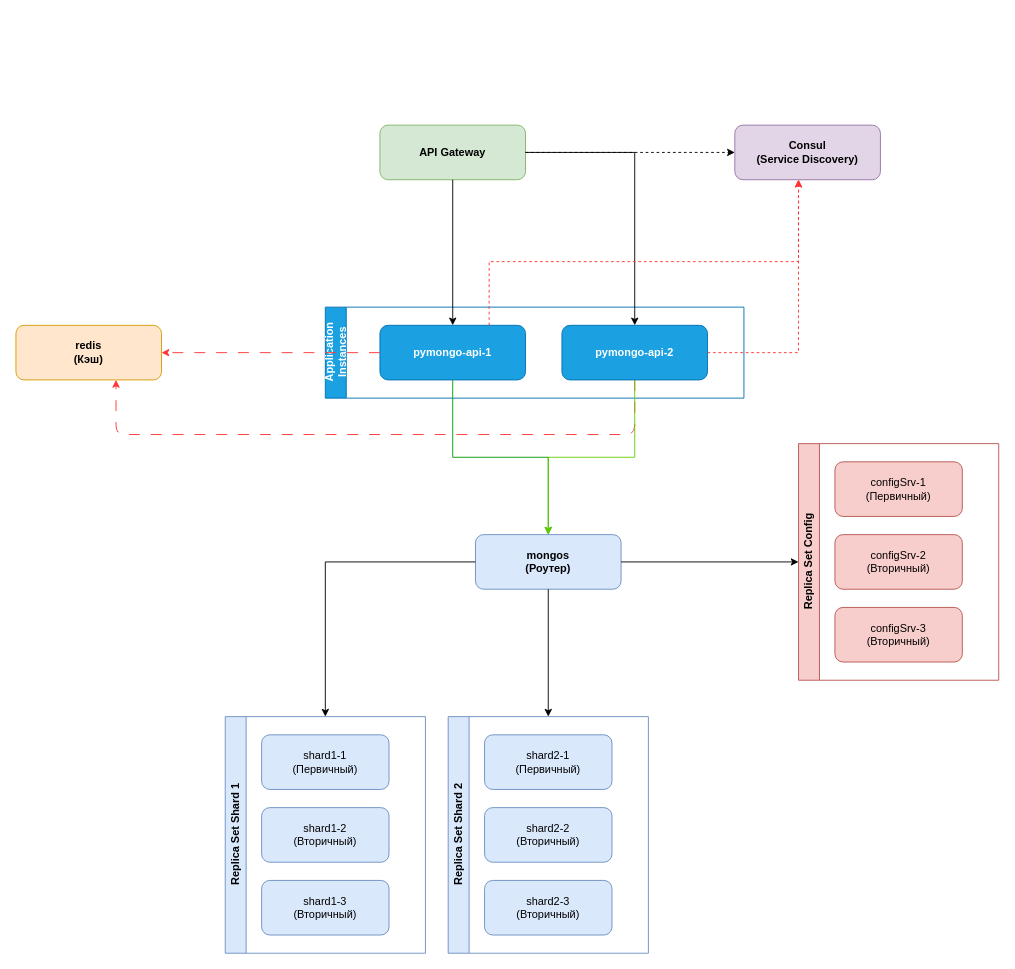
Above: page "4. Gateway & Consul" (4 of 5) of diagrams/task1.drawio in akrasnikov-practicum-yandex/architecture-black_friday (draw.io), before the change. Source tidied: cells renumbered, new cells numbered last; positions are measured from the earlier drawing's top-left corner, leaving out a move shared by most shapes. Both pictures are drawn from the tidied source at 91%, with x=0, y=0 at pixel (15, 125).
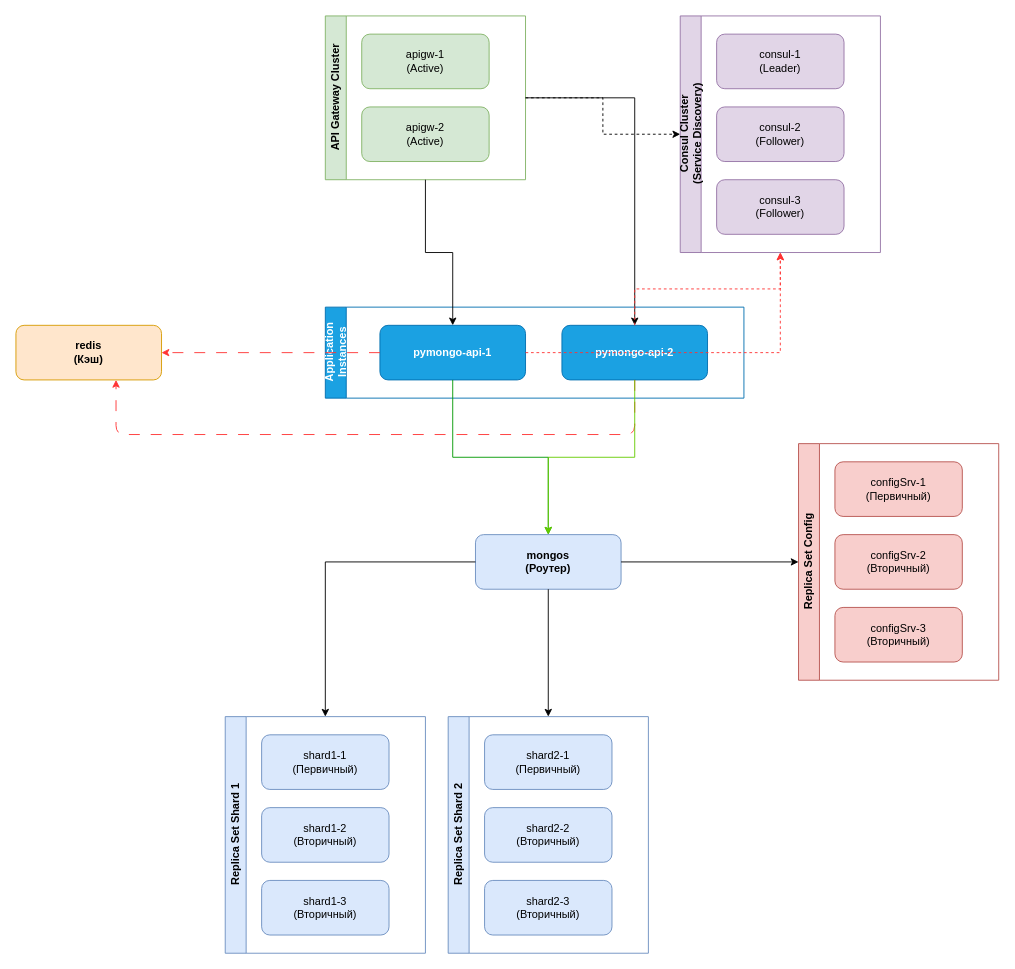
Above is the later version.

Unchanged cells that the change refers to:
```xml
<mxCell id="5" value="pymongo-api-1" style="rounded=1;whiteSpace=wrap;html=1;fillColor=#1ba1e2;fontColor=#ffffff;strokeColor=#006EAF;fontStyle=1;" parent="4" vertex="1">
  <mxGeometry x="60" y="20" width="160" height="60" as="geometry" />
</mxCell>
<mxCell id="6" value="pymongo-api-2" style="rounded=1;whiteSpace=wrap;html=1;fillColor=#1ba1e2;fontColor=#ffffff;strokeColor=#006EAF;fontStyle=1;" parent="4" vertex="1">
  <mxGeometry x="260" y="20" width="160" height="60" as="geometry" />
</mxCell>
```

Change to the diagram source:
```diff
@@
-    <mxCell id="2" value="API Gateway" style="rounded=1;whiteSpace=wrap;html=1;fillColor=#d5e8d4;strokeColor=#82b366;fontStyle=1;fontColor=#000000;" parent="1" vertex="1">
-      <mxGeometry x="400" width="160" height="60" as="geometry" />
-    </mxCell>
-    <mxCell id="3" value="Consul&lt;br&gt;(Service Discovery)" style="rounded=1;whiteSpace=wrap;html=1;fillColor=#e1d5e7;strokeColor=#9673a6;fontStyle=1;fontColor=#000000;" parent="1" vertex="1">
-      <mxGeometry x="790" width="160" height="60" as="geometry" />
-    </mxCell>
+    <mxCell id="33" value="API Gateway Cluster" style="swimlane;horizontal=0;whiteSpace=wrap;html=1;fillColor=#d5e8d4;strokeColor=#82b366;fontStyle=1;fontColor=#000000;" parent="1" vertex="1">
+      <mxGeometry x="340" y="-120" width="220" height="180" as="geometry" />
+    </mxCell>
+    <mxCell id="34" value="apigw-1&lt;br&gt;(Active)" style="rounded=1;whiteSpace=wrap;html=1;fillColor=#d5e8d4;strokeColor=#82b366;" parent="33" vertex="1">
+      <mxGeometry x="40" y="20" width="140" height="60" as="geometry" />
+    </mxCell>
+    <mxCell id="35" value="apigw-2&lt;br&gt;(Active)" style="rounded=1;whiteSpace=wrap;html=1;fillColor=#d5e8d4;strokeColor=#82b366;" parent="33" vertex="1">
+      <mxGeometry x="40" y="100" width="140" height="60" as="geometry" />
+    </mxCell>
+    <mxCell id="36" value="Consul Cluster&lt;br&gt;(Service Discovery)" style="swimlane;horizontal=0;whiteSpace=wrap;html=1;fillColor=#e1d5e7;strokeColor=#9673a6;fontStyle=1;fontColor=#000000;" parent="1" vertex="1">
+      <mxGeometry x="730" y="-120" width="220" height="260" as="geometry" />
+    </mxCell>
+    <mxCell id="37" value="consul-1&lt;br&gt;(Leader)" style="rounded=1;whiteSpace=wrap;html=1;fillColor=#e1d5e7;strokeColor=#9673a6;" parent="36" vertex="1">
+      <mxGeometry x="40" y="20" width="140" height="60" as="geometry" />
+    </mxCell>
+    <mxCell id="38" value="consul-2&lt;br&gt;(Follower)" style="rounded=1;whiteSpace=wrap;html=1;fillColor=#e1d5e7;strokeColor=#9673a6;" parent="36" vertex="1">
+      <mxGeometry x="40" y="100" width="140" height="60" as="geometry" />
+    </mxCell>
+    <mxCell id="39" value="consul-3&lt;br&gt;(Follower)" style="rounded=1;whiteSpace=wrap;html=1;fillColor=#e1d5e7;strokeColor=#9673a6;" parent="36" vertex="1">
+      <mxGeometry x="40" y="180" width="140" height="60" as="geometry" />
+    </mxCell>
@@
-    <mxCell id="21" style="edgeStyle=orthogonalEdgeStyle;rounded=0;jettySize=auto;html=1;" parent="1" edge="1" source="2" target="5">
+    <mxCell id="21" style="edgeStyle=orthogonalEdgeStyle;rounded=0;jettySize=auto;html=1;" parent="1" edge="1" source="33" target="5">
       <mxGeometry relative="1" as="geometry" />
     </mxCell>
-    <mxCell id="22" style="edgeStyle=orthogonalEdgeStyle;rounded=0;jettySize=auto;html=1;" parent="1" edge="1" source="2" target="6">
+    <mxCell id="22" style="edgeStyle=orthogonalEdgeStyle;rounded=0;jettySize=auto;html=1;" parent="1" edge="1" source="33" target="6">
       <mxGeometry relative="1" as="geometry" />
     </mxCell>
-    <mxCell id="23" style="edgeStyle=orthogonalEdgeStyle;rounded=0;jettySize=auto;html=1;dashed=1;" parent="1" edge="1" source="2" target="3">
+    <mxCell id="23" style="edgeStyle=orthogonalEdgeStyle;rounded=0;jettySize=auto;html=1;dashed=1;" parent="1" edge="1" source="33" target="36">
       <mxGeometry relative="1" as="geometry" />
     </mxCell>
-    <mxCell id="24" style="edgeStyle=orthogonalEdgeStyle;rounded=0;jettySize=auto;html=1;dashed=1;strokeColor=#FF3333;exitX=0.75;exitY=0;exitDx=0;exitDy=0;" parent="1" edge="1" source="5" target="3">
-      <mxGeometry relative="1" as="geometry">
-        <Array as="points">
-          <mxPoint x="520" y="150" />
-          <mxPoint x="860" y="150" />
-        </Array>
-      </mxGeometry>
+    <mxCell id="24" style="edgeStyle=orthogonalEdgeStyle;rounded=0;jettySize=auto;html=1;dashed=1;strokeColor=#FF3333;" parent="1" edge="1" source="5" target="36">
+      <mxGeometry relative="1" as="geometry" />
     </mxCell>
-    <mxCell id="25" style="edgeStyle=orthogonalEdgeStyle;rounded=0;jettySize=auto;html=1;dashed=1;exitX=1;exitY=0.5;exitDx=0;exitDy=0;strokeColor=#FF3333;" parent="1" edge="1" source="6" target="3">
-      <mxGeometry relative="1" as="geometry">
-        <Array as="points">
-          <mxPoint x="860" y="250" />
-        </Array>
-      </mxGeometry>
+    <mxCell id="25" style="edgeStyle=orthogonalEdgeStyle;rounded=0;jettySize=auto;html=1;dashed=1;strokeColor=#FF3333;" parent="1" edge="1" source="6" target="36">
+      <mxGeometry relative="1" as="geometry" />
     </mxCell>
```
